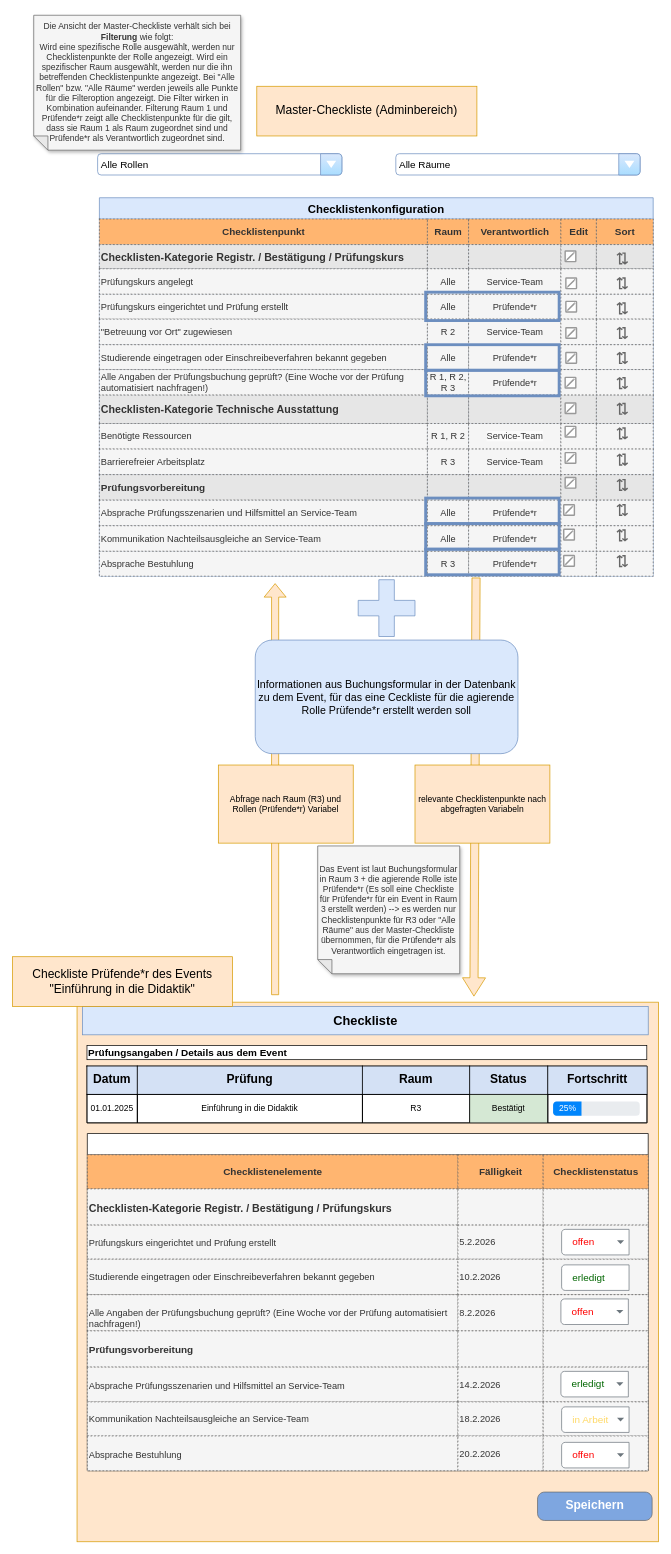
melanietreitinger/buchungstool keeps this draw.io diagram as Checklistenlogik.drawio. Above is the earlier version. Source tidied: cells renumbered, new cells numbered last; positions are measured from the earlier drawing's top-left corner, leaving out a move shared by most shapes. Both pictures are drawn from the tidied source at 71%, with x=0, y=0 at pixel (12, 15).
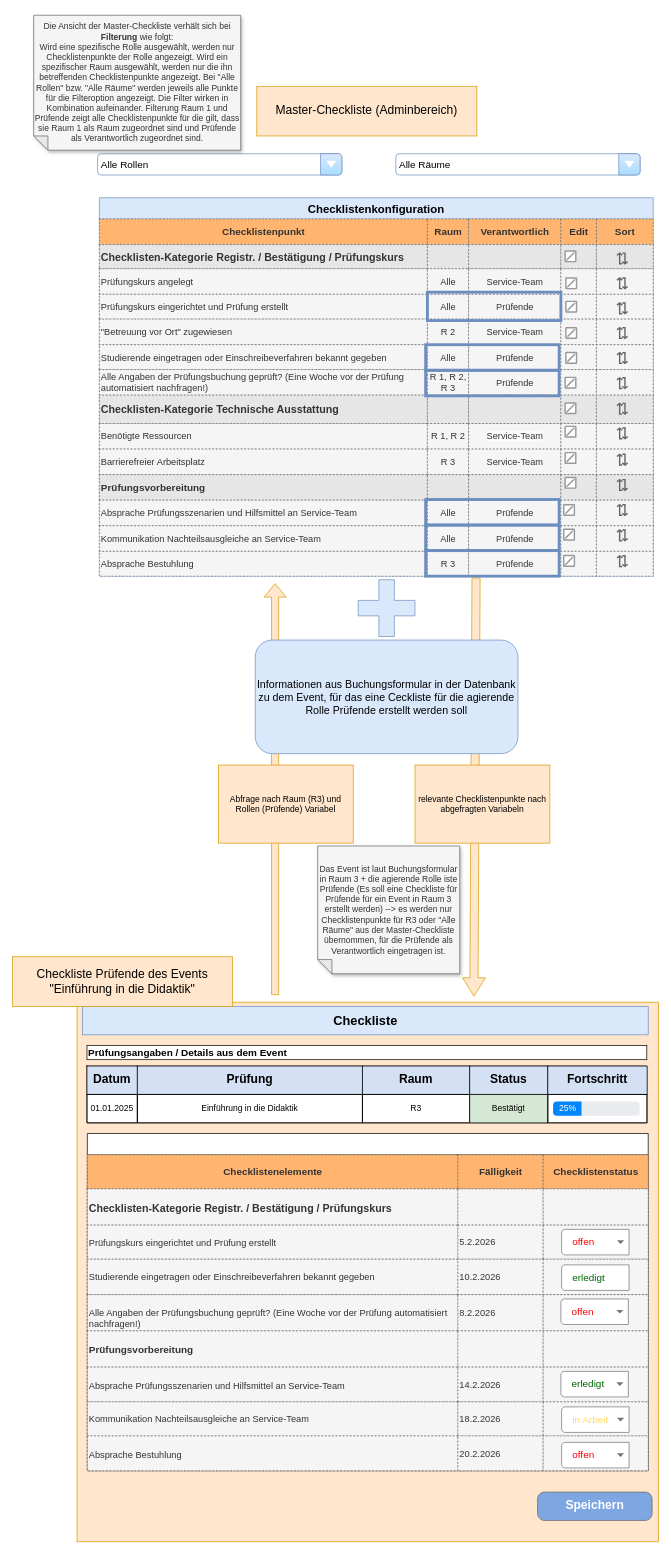
After the change.

Unchanged cells that the change refers to:
```xml
<mxCell id="22" style="shape=tableRow;horizontal=0;startSize=0;swimlaneHead=0;swimlaneBody=0;strokeColor=inherit;top=0;left=0;bottom=0;right=0;fillColor=none;" parent="3" vertex="1">
  <mxGeometry y="136" width="780" height="35" as="geometry" />
</mxCell>
<mxCell id="34" style="shape=tableRow;horizontal=0;startSize=0;swimlaneHead=0;swimlaneBody=0;strokeColor=inherit;top=0;left=0;bottom=0;right=0;fillColor=none;" parent="3" vertex="1">
  <mxGeometry y="207" width="780" height="35" as="geometry" />
</mxCell>
<mxCell id="40" style="shape=tableRow;horizontal=0;startSize=0;swimlaneHead=0;swimlaneBody=0;strokeColor=inherit;top=0;left=0;bottom=0;right=0;fillColor=none;" parent="3" vertex="1">
  <mxGeometry y="242" width="780" height="36" as="geometry" />
</mxCell>
<mxCell id="70" style="shape=tableRow;horizontal=0;startSize=0;swimlaneHead=0;swimlaneBody=0;strokeColor=inherit;top=0;left=0;bottom=0;right=0;fillColor=none;" parent="3" vertex="1">
  <mxGeometry y="426" width="780" height="36" as="geometry" />
</mxCell>
<mxCell id="76" style="shape=tableRow;horizontal=0;startSize=0;swimlaneHead=0;swimlaneBody=0;strokeColor=inherit;top=0;left=0;bottom=0;right=0;fillColor=none;" parent="3" vertex="1">
  <mxGeometry y="462" width="780" height="36" as="geometry" />
</mxCell>
<mxCell id="82" style="shape=tableRow;horizontal=0;startSize=0;swimlaneHead=0;swimlaneBody=0;strokeColor=inherit;top=0;left=0;bottom=0;right=0;fillColor=none;" parent="3" vertex="1">
  <mxGeometry y="498" width="780" height="35" as="geometry" />
</mxCell>
```

The edit, as a diff of the source:
```diff
@@
-    <mxCell id="25" value="Prüfende*r" style="shape=partialRectangle;html=1;whiteSpace=wrap;strokeColor=#666666;overflow=hidden;fillColor=#f5f5f5;top=1;left=1;bottom=1;right=1;fontColor=#333333;dashed=1;dashPattern=1 4;align=center;fontSize=13;" parent="22" vertex="1">
+    <mxCell id="25" value="Prüfende" style="shape=partialRectangle;html=1;whiteSpace=wrap;strokeColor=#666666;overflow=hidden;fillColor=#f5f5f5;top=1;left=1;bottom=1;right=1;fontColor=#333333;dashed=1;dashPattern=1 4;align=center;fontSize=13;" parent="22" vertex="1">
       <mxGeometry x="520" width="130" height="35" as="geometry" />
     </mxCell>
@@
-    <mxCell id="37" value="Prüfende*r" style="shape=partialRectangle;html=1;whiteSpace=wrap;strokeColor=#666666;overflow=hidden;fillColor=#f5f5f5;top=1;left=1;bottom=1;right=1;fontColor=#333333;dashed=1;dashPattern=1 4;align=center;fontSize=13;" parent="34" vertex="1">
+    <mxCell id="37" value="Prüfende" style="shape=partialRectangle;html=1;whiteSpace=wrap;strokeColor=#666666;overflow=hidden;fillColor=#f5f5f5;top=1;left=1;bottom=1;right=1;fontColor=#333333;dashed=1;dashPattern=1 4;align=center;fontSize=13;" parent="34" vertex="1">
       <mxGeometry x="520" width="130" height="35" as="geometry" />
     </mxCell>
@@
-    <mxCell id="43" value="Prüfende*r" style="shape=partialRectangle;html=1;whiteSpace=wrap;strokeColor=#666666;overflow=hidden;fillColor=#f5f5f5;top=1;left=1;bottom=1;right=1;fontColor=#333333;dashed=1;dashPattern=1 4;align=center;fontSize=13;" parent="40" vertex="1">
+    <mxCell id="43" value="Prüfende" style="shape=partialRectangle;html=1;whiteSpace=wrap;strokeColor=#666666;overflow=hidden;fillColor=#f5f5f5;top=1;left=1;bottom=1;right=1;fontColor=#333333;dashed=1;dashPattern=1 4;align=center;fontSize=13;" parent="40" vertex="1">
       <mxGeometry x="520" width="130" height="36" as="geometry" />
     </mxCell>
@@
-    <mxCell id="73" value="Prüfende*r" style="shape=partialRectangle;html=1;whiteSpace=wrap;strokeColor=#666666;overflow=hidden;fillColor=#f5f5f5;top=1;left=1;bottom=1;right=1;fontColor=#333333;dashed=1;dashPattern=1 4;align=center;fontSize=13;" parent="70" vertex="1">
+    <mxCell id="73" value="Prüfende" style="shape=partialRectangle;html=1;whiteSpace=wrap;strokeColor=#666666;overflow=hidden;fillColor=#f5f5f5;top=1;left=1;bottom=1;right=1;fontColor=#333333;dashed=1;dashPattern=1 4;align=center;fontSize=13;" parent="70" vertex="1">
       <mxGeometry x="520" width="130" height="36" as="geometry" />
     </mxCell>
@@
-    <mxCell id="79" value="Prüfende*r" style="shape=partialRectangle;html=1;whiteSpace=wrap;strokeColor=#666666;overflow=hidden;fillColor=#f5f5f5;top=1;left=1;bottom=1;right=1;fontColor=#333333;dashed=1;dashPattern=1 4;align=center;fontSize=13;" parent="76" vertex="1">
+    <mxCell id="79" value="Prüfende" style="shape=partialRectangle;html=1;whiteSpace=wrap;strokeColor=#666666;overflow=hidden;fillColor=#f5f5f5;top=1;left=1;bottom=1;right=1;fontColor=#333333;dashed=1;dashPattern=1 4;align=center;fontSize=13;" parent="76" vertex="1">
       <mxGeometry x="520" width="130" height="36" as="geometry" />
     </mxCell>
@@
-    <mxCell id="85" value="Prüfende*r" style="shape=partialRectangle;html=1;whiteSpace=wrap;strokeColor=#666666;overflow=hidden;fillColor=#f5f5f5;top=1;left=1;bottom=1;right=1;fontColor=#333333;dashed=1;dashPattern=1 4;align=center;fontSize=13;" parent="82" vertex="1">
+    <mxCell id="85" value="Prüfende" style="shape=partialRectangle;html=1;whiteSpace=wrap;strokeColor=#666666;overflow=hidden;fillColor=#f5f5f5;top=1;left=1;bottom=1;right=1;fontColor=#333333;dashed=1;dashPattern=1 4;align=center;fontSize=13;" parent="82" vertex="1">
       <mxGeometry x="520" width="130" height="35" as="geometry" />
     </mxCell>
@@
-    <mxCell id="185" value="Das Event ist laut Buchungsformular in Raum 3 + die agierende Rolle iste Prüfende*r (Es soll eine Checkliste für Prüfende*r für ein Event in Raum 3 erstellt werden) --&amp;gt; es werden nur Checklistenpunkte für R3 oder &quot;Alle Räume&quot; aus der Master-Checkliste übernommen, für die Prüfende*r als Verantwortlich eingetragen ist. " style="shape=note;whiteSpace=wrap;html=1;backgroundOutline=1;darkOpacity=0.05;fillColor=#f5f5f5;strokeColor=#666666;fillStyle=solid;direction=west;gradientDirection=north;shadow=1;size=20;fontColor=#333333;" parent="1" vertex="1">
+    <mxCell id="185" value="Das Event ist laut Buchungsformular in Raum 3 + die agierende Rolle iste Prüfende (Es soll eine Checkliste für Prüfende für ein Event in Raum 3 erstellt werden) --&amp;gt; es werden nur Checklistenpunkte für R3 oder &quot;Alle Räume&quot; aus der Master-Checkliste übernommen, für die Prüfende als Verantwortlich eingetragen ist. " style="shape=note;whiteSpace=wrap;html=1;backgroundOutline=1;darkOpacity=0.05;fillColor=#f5f5f5;strokeColor=#666666;fillStyle=solid;direction=west;gradientDirection=north;shadow=1;size=20;fontColor=#333333;" parent="1" vertex="1">
       <mxGeometry x="430" y="1170" width="200" height="180" as="geometry" />
     </mxCell>
-    <mxCell id="186" value="Abfrage nach Raum (R3) und Rollen (Prüfende*r) Variabel" style="rounded=0;whiteSpace=wrap;html=1;fillColor=#ffe6cc;strokeColor=#d79b00;" parent="1" vertex="1">
+    <mxCell id="186" value="Abfrage nach Raum (R3) und Rollen (Prüfende) Variabel" style="rounded=0;whiteSpace=wrap;html=1;fillColor=#ffe6cc;strokeColor=#d79b00;" parent="1" vertex="1">
       <mxGeometry x="290" y="1056" width="190" height="110" as="geometry" />
     </mxCell>
-    <mxCell id="187" value="Informationen aus Buchungsformular in der Datenbank zu dem Event, für das eine Ceckliste für die agierende Rolle Prüfende*r erstellt werden soll" style="rounded=1;whiteSpace=wrap;html=1;fillColor=#dae8fc;strokeColor=#6c8ebf;fontSize=15;" parent="1" vertex="1">
+    <mxCell id="187" value="Informationen aus Buchungsformular in der Datenbank zu dem Event, für das eine Ceckliste für die agierende Rolle Prüfende erstellt werden soll" style="rounded=1;whiteSpace=wrap;html=1;fillColor=#dae8fc;strokeColor=#6c8ebf;fontSize=15;" parent="1" vertex="1">
       <mxGeometry x="342" y="880" width="370" height="160" as="geometry" />
     </mxCell>
@@
-    <mxCell id="189" value="Checkliste Prüfende*r des Events &quot;Einführung in die Didaktik&quot;" style="rounded=0;whiteSpace=wrap;html=1;fillColor=#ffe6cc;strokeColor=#d79b00;fontSize=17;" parent="1" vertex="1">
+    <mxCell id="189" value="Checkliste Prüfende des Events &quot;Einführung in die Didaktik&quot;" style="rounded=0;whiteSpace=wrap;html=1;fillColor=#ffe6cc;strokeColor=#d79b00;fontSize=17;" parent="1" vertex="1">
       <mxGeometry y="1326" width="310" height="70" as="geometry" />
     </mxCell>
@@
     <mxCell id="194" style="rounded=0;whiteSpace=wrap;html=1;fillColor=none;strokeColor=#6c8ebf;strokeWidth=4;" parent="1" vertex="1">
-      <mxGeometry x="582" y="390" width="188" height="40" as="geometry" />
+      <mxGeometry x="584.5" y="390" width="188" height="40" as="geometry" />
     </mxCell>
@@
     <mxCell id="197" style="rounded=0;whiteSpace=wrap;html=1;fillColor=none;strokeColor=#6c8ebf;strokeWidth=4;" parent="1" vertex="1">
-      <mxGeometry x="582" y="680" width="188" height="36" as="geometry" />
+      <mxGeometry x="582" y="754" width="188" height="36" as="geometry" />
     </mxCell>
     <mxCell id="198" style="rounded=0;whiteSpace=wrap;html=1;fillColor=none;strokeColor=#6c8ebf;strokeWidth=4;" parent="1" vertex="1">
-      <mxGeometry x="582" y="716" width="188" height="36" as="geometry" />
+      <mxGeometry x="582" y="718" width="188" height="36" as="geometry" />
     </mxCell>
     <mxCell id="199" style="rounded=0;whiteSpace=wrap;html=1;fillColor=none;strokeColor=#6c8ebf;strokeWidth=4;" parent="1" vertex="1">
-      <mxGeometry x="582" y="752" width="188" height="36" as="geometry" />
+      <mxGeometry x="582" y="682" width="188" height="36" as="geometry" />
     </mxCell>
-    <mxCell id="200" value="&lt;div&gt;Die Ansicht der Master-Checkliste verhält sich bei &lt;b&gt;Filterung &lt;/b&gt;wie folgt: &lt;br&gt;&lt;/div&gt;&lt;div&gt;Wird eine spezifische Rolle ausgewählt, werden nur Checklistenpunkte der Rolle angezeigt. Wird ein spezifischer Raum ausgewählt, werden nur die ihn betreffenden Checklistenpunkte angezeigt. Bei &quot;Alle Rollen&quot; bzw. &quot;Alle Räume&quot; werden jeweils alle Punkte für die Filteroption angezeigt. Die Filter wirken in Kombination aufeinander. Filterung Raum 1 und Prüfende*r zeigt alle Checklistenpunkte für die gilt, dass sie Raum 1 als Raum zugeordnet sind und Prüfende*r als Verantwortlich zugeordnet sind. &lt;br&gt;&lt;/div&gt;" style="shape=note;whiteSpace=wrap;html=1;backgroundOutline=1;darkOpacity=0.05;fillColor=#f5f5f5;strokeColor=#666666;fillStyle=solid;direction=west;gradientDirection=north;shadow=1;size=20;fontColor=#333333;" parent="1" vertex="1">
+    <mxCell id="200" value="&lt;div&gt;Die Ansicht der Master-Checkliste verhält sich bei &lt;b&gt;Filterung &lt;/b&gt;wie folgt: &lt;br&gt;&lt;/div&gt;&lt;div&gt;Wird eine spezifische Rolle ausgewählt, werden nur Checklistenpunkte der Rolle angezeigt. Wird ein spezifischer Raum ausgewählt, werden nur die ihn betreffenden Checklistenpunkte angezeigt. Bei &quot;Alle Rollen&quot; bzw. &quot;Alle Räume&quot; werden jeweils alle Punkte für die Filteroption angezeigt. Die Filter wirken in Kombination aufeinander. Filterung Raum 1 und Prüfende zeigt alle Checklistenpunkte für die gilt, dass sie Raum 1 als Raum zugeordnet sind und Prüfende als Verantwortlich zugeordnet sind. &lt;br&gt;&lt;/div&gt;" style="shape=note;whiteSpace=wrap;html=1;backgroundOutline=1;darkOpacity=0.05;fillColor=#f5f5f5;strokeColor=#666666;fillStyle=solid;direction=west;gradientDirection=north;shadow=1;size=20;fontColor=#333333;" parent="1" vertex="1">
       <mxGeometry x="30" width="291.5" height="190" as="geometry" />
     </mxCell>
```
